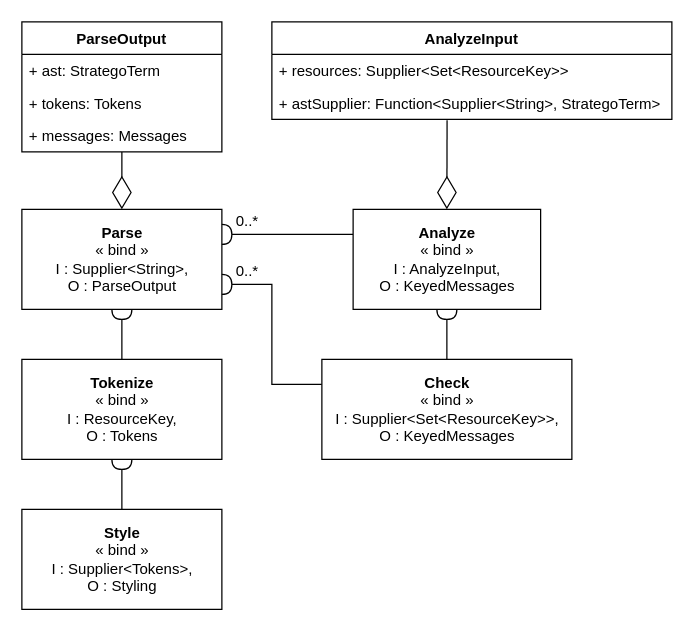
Above: page "MLA-UML" (14 of 19) of Spoofax3 Diagrams.drawio in AZWN/Spoofax-pie-diagrams (draw.io), before the change. Source tidied: cells renumbered, new cells numbered last; positions are measured from the earlier drawing's top-left corner, leaving out a move shared by most shapes. Both pictures are drawn from the tidied source at 125%, with x=0, y=0 at pixel (21, 21).
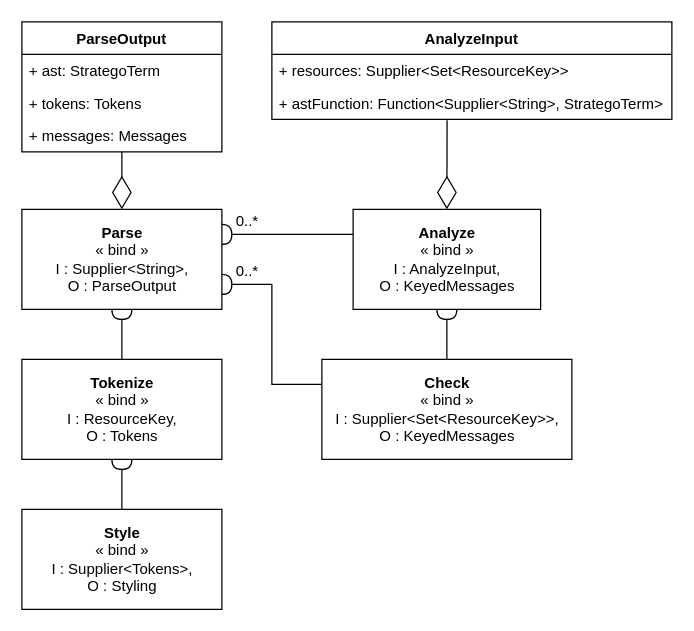
After the change.

The change refers to these unchanged cells:
```xml
<mxCell id="9" value="AnalyzeInput" style="swimlane;fontStyle=1;horizontal=1;startSize=26;fillColor=none;" parent="1" vertex="1">
  <mxGeometry x="200" width="320" height="78" as="geometry" />
</mxCell>
```

Diff of the diagram source:
```diff
@@
-    <mxCell id="11" value="+ astSupplier: Function&lt;Supplier&lt;String&gt;, StrategoTerm&gt;" style="text;strokeColor=none;fillColor=none;align=left;verticalAlign=top;spacingLeft=4;spacingRight=4;overflow=hidden;points=[[0,0.5],[1,0.5]];portConstraint=eastwest;" parent="9" vertex="1">
+    <mxCell id="11" value="+ astFunction: Function&lt;Supplier&lt;String&gt;, StrategoTerm&gt;" style="text;strokeColor=none;fillColor=none;align=left;verticalAlign=top;spacingLeft=4;spacingRight=4;overflow=hidden;points=[[0,0.5],[1,0.5]];portConstraint=eastwest;" parent="9" vertex="1">
       <mxGeometry y="52" width="320" height="26" as="geometry" />
     </mxCell>
```
